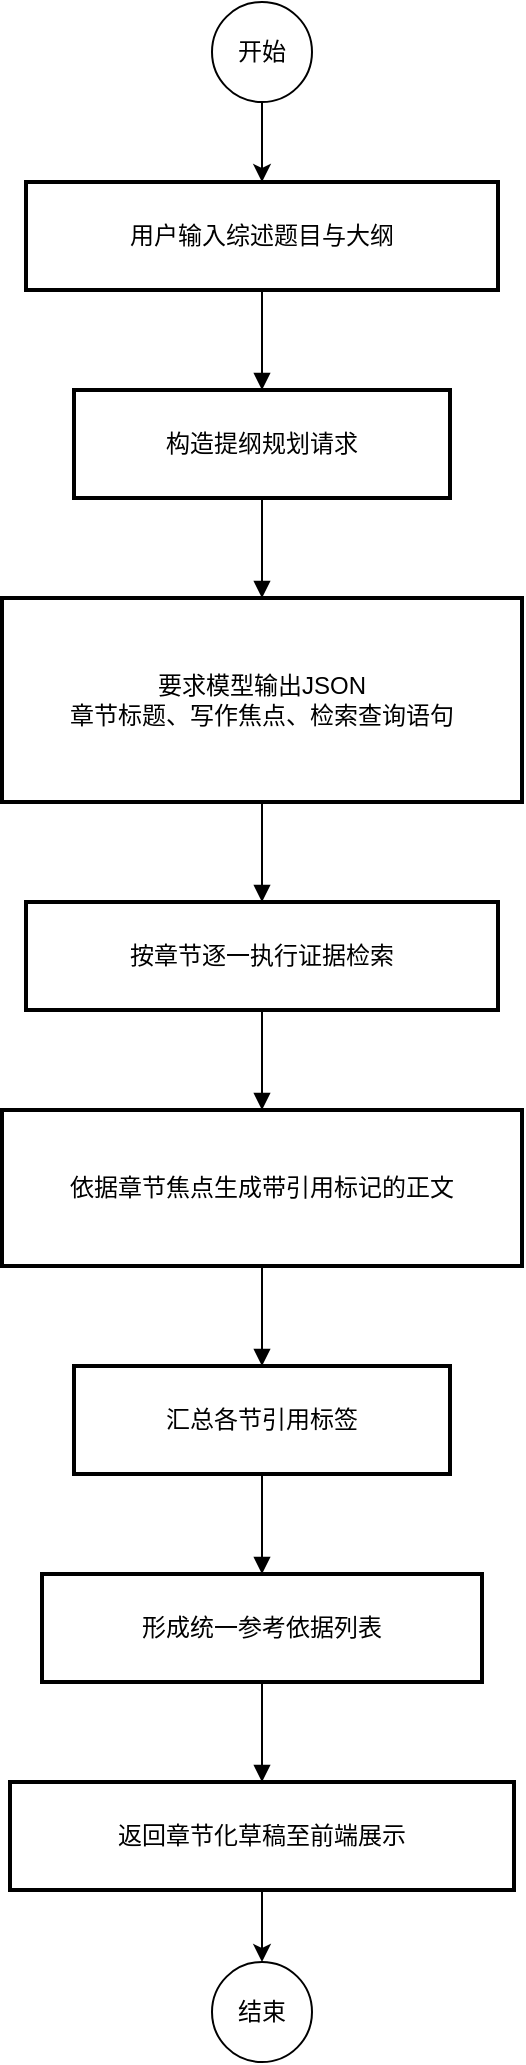
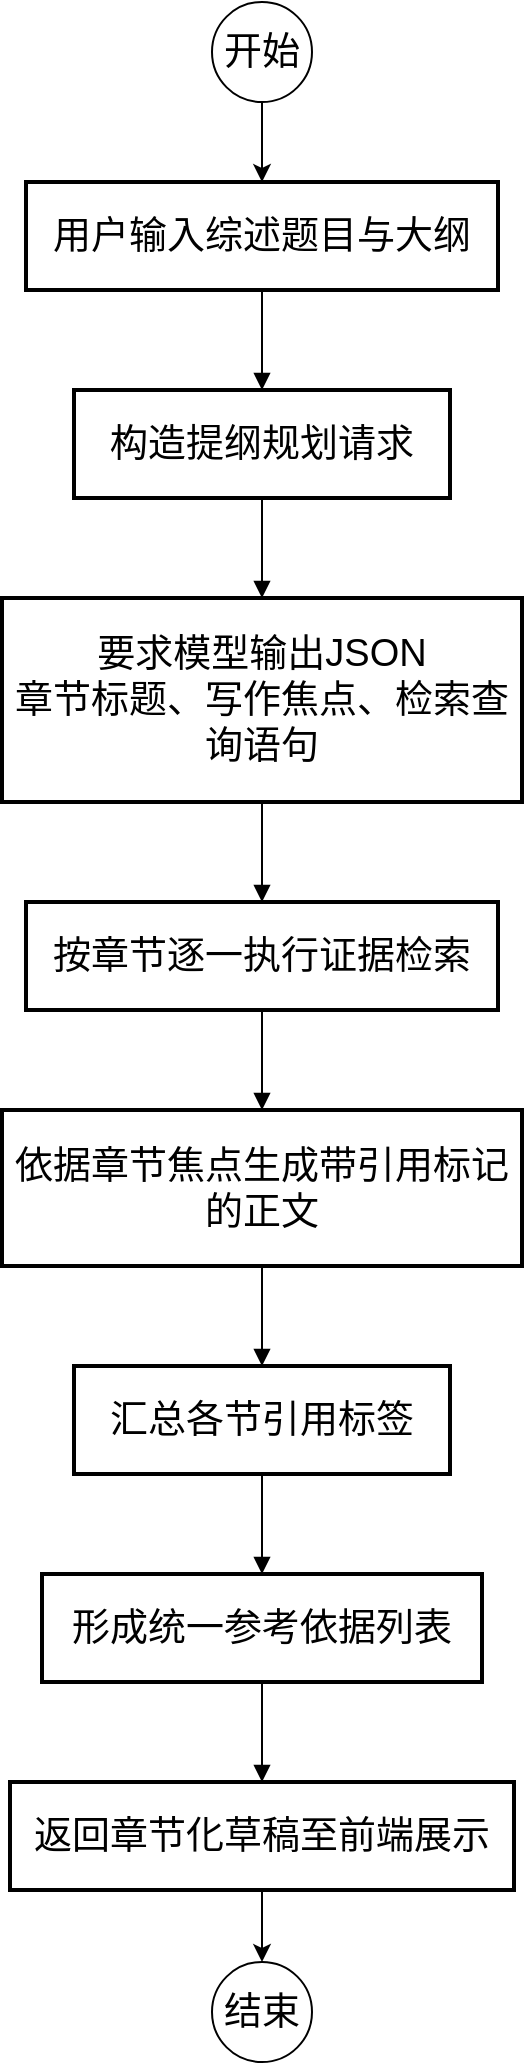
<mxfile host="app.diagrams.net">
  <diagram name="第 1 页" id="Kmn-2_1j6EvLc_S59b3U">
-     <mxGraphModel dx="803" dy="864" grid="1" gridSize="10" guides="1" tooltips="1" connect="1" arrows="1" fold="1" page="0" pageScale="1" pageWidth="827" pageHeight="1169" math="0" shadow="0">
+     <mxGraphModel dx="1875" dy="1483" grid="1" gridSize="10" guides="1" tooltips="1" connect="1" arrows="1" fold="1" page="0" pageScale="1" pageWidth="827" pageHeight="1169" math="0" shadow="0">
      <root>
        <mxCell id="0" />
        <mxCell id="1" parent="0" />
-         <mxCell id="5-UZS_PMeDbKja0022Ew-1" parent="1" style="whiteSpace=wrap;strokeWidth=2;" value="用户输入综述题目与大纲" vertex="1">
+         <mxCell id="5-UZS_PMeDbKja0022Ew-1" parent="1" style="whiteSpace=wrap;strokeWidth=2;fontSize=19;" value="用户输入综述题目与大纲" vertex="1">
          <mxGeometry height="54" width="236" x="32" y="20" as="geometry" />
        </mxCell>
-         <mxCell id="5-UZS_PMeDbKja0022Ew-2" parent="1" style="whiteSpace=wrap;strokeWidth=2;" value="构造提纲规划请求" vertex="1">
+         <mxCell id="5-UZS_PMeDbKja0022Ew-2" parent="1" style="whiteSpace=wrap;strokeWidth=2;fontSize=19;" value="构造提纲规划请求" vertex="1">
          <mxGeometry height="54" width="188" x="56" y="124" as="geometry" />
        </mxCell>
-         <mxCell id="5-UZS_PMeDbKja0022Ew-3" parent="1" style="whiteSpace=wrap;strokeWidth=2;" value="要求模型输出JSON&#xa;章节标题、写作焦点、检索查询语句" vertex="1">
+         <mxCell id="5-UZS_PMeDbKja0022Ew-3" parent="1" style="whiteSpace=wrap;strokeWidth=2;fontSize=19;" value="要求模型输出JSON&#xa;章节标题、写作焦点、检索查询语句" vertex="1">
          <mxGeometry height="102" width="260" x="20" y="228" as="geometry" />
        </mxCell>
-         <mxCell id="5-UZS_PMeDbKja0022Ew-4" parent="1" style="whiteSpace=wrap;strokeWidth=2;" value="按章节逐一执行证据检索" vertex="1">
+         <mxCell id="5-UZS_PMeDbKja0022Ew-4" parent="1" style="whiteSpace=wrap;strokeWidth=2;fontSize=19;" value="按章节逐一执行证据检索" vertex="1">
          <mxGeometry height="54" width="236" x="32" y="380" as="geometry" />
        </mxCell>
-         <mxCell id="5-UZS_PMeDbKja0022Ew-5" parent="1" style="whiteSpace=wrap;strokeWidth=2;" value="依据章节焦点生成带引用标记的正文" vertex="1">
+         <mxCell id="5-UZS_PMeDbKja0022Ew-5" parent="1" style="whiteSpace=wrap;strokeWidth=2;fontSize=19;" value="依据章节焦点生成带引用标记的正文" vertex="1">
          <mxGeometry height="78" width="260" x="20" y="484" as="geometry" />
        </mxCell>
-         <mxCell id="5-UZS_PMeDbKja0022Ew-6" parent="1" style="whiteSpace=wrap;strokeWidth=2;" value="汇总各节引用标签" vertex="1">
+         <mxCell id="5-UZS_PMeDbKja0022Ew-6" parent="1" style="whiteSpace=wrap;strokeWidth=2;fontSize=19;" value="汇总各节引用标签" vertex="1">
          <mxGeometry height="54" width="188" x="56" y="612" as="geometry" />
        </mxCell>
-         <mxCell id="5-UZS_PMeDbKja0022Ew-7" parent="1" style="whiteSpace=wrap;strokeWidth=2;" value="形成统一参考依据列表" vertex="1">
+         <mxCell id="5-UZS_PMeDbKja0022Ew-7" parent="1" style="whiteSpace=wrap;strokeWidth=2;fontSize=19;" value="形成统一参考依据列表" vertex="1">
          <mxGeometry height="54" width="220" x="40" y="716" as="geometry" />
        </mxCell>
-         <mxCell id="5-UZS_PMeDbKja0022Ew-8" parent="1" style="whiteSpace=wrap;strokeWidth=2;" value="返回章节化草稿至前端展示" vertex="1">
+         <mxCell id="5-UZS_PMeDbKja0022Ew-8" parent="1" style="whiteSpace=wrap;strokeWidth=2;fontSize=19;" value="返回章节化草稿至前端展示" vertex="1">
          <mxGeometry height="54" width="252" x="24" y="820" as="geometry" />
        </mxCell>
-         <mxCell id="5-UZS_PMeDbKja0022Ew-9" edge="1" parent="1" source="5-UZS_PMeDbKja0022Ew-1" style="curved=1;startArrow=none;endArrow=block;exitX=0.5;exitY=1;entryX=0.5;entryY=0;rounded=0;" target="5-UZS_PMeDbKja0022Ew-2" value="">
+         <mxCell id="5-UZS_PMeDbKja0022Ew-9" edge="1" parent="1" source="5-UZS_PMeDbKja0022Ew-1" style="curved=1;startArrow=none;endArrow=block;exitX=0.5;exitY=1;entryX=0.5;entryY=0;rounded=0;fontSize=19;" target="5-UZS_PMeDbKja0022Ew-2" value="">
          <mxGeometry relative="1" as="geometry">
            <Array as="points" />
          </mxGeometry>
        </mxCell>
-         <mxCell id="5-UZS_PMeDbKja0022Ew-10" edge="1" parent="1" source="5-UZS_PMeDbKja0022Ew-2" style="curved=1;startArrow=none;endArrow=block;exitX=0.5;exitY=1;entryX=0.5;entryY=0;rounded=0;" target="5-UZS_PMeDbKja0022Ew-3" value="">
+         <mxCell id="5-UZS_PMeDbKja0022Ew-10" edge="1" parent="1" source="5-UZS_PMeDbKja0022Ew-2" style="curved=1;startArrow=none;endArrow=block;exitX=0.5;exitY=1;entryX=0.5;entryY=0;rounded=0;fontSize=19;" target="5-UZS_PMeDbKja0022Ew-3" value="">
          <mxGeometry relative="1" as="geometry">
            <Array as="points" />
          </mxGeometry>
        </mxCell>
-         <mxCell id="5-UZS_PMeDbKja0022Ew-11" edge="1" parent="1" source="5-UZS_PMeDbKja0022Ew-3" style="curved=1;startArrow=none;endArrow=block;exitX=0.5;exitY=1;entryX=0.5;entryY=0;rounded=0;" target="5-UZS_PMeDbKja0022Ew-4" value="">
+         <mxCell id="5-UZS_PMeDbKja0022Ew-11" edge="1" parent="1" source="5-UZS_PMeDbKja0022Ew-3" style="curved=1;startArrow=none;endArrow=block;exitX=0.5;exitY=1;entryX=0.5;entryY=0;rounded=0;fontSize=19;" target="5-UZS_PMeDbKja0022Ew-4" value="">
          <mxGeometry relative="1" as="geometry">
            <Array as="points" />
          </mxGeometry>
        </mxCell>
-         <mxCell id="5-UZS_PMeDbKja0022Ew-12" edge="1" parent="1" source="5-UZS_PMeDbKja0022Ew-4" style="curved=1;startArrow=none;endArrow=block;exitX=0.5;exitY=1;entryX=0.5;entryY=0;rounded=0;" target="5-UZS_PMeDbKja0022Ew-5" value="">
+         <mxCell id="5-UZS_PMeDbKja0022Ew-12" edge="1" parent="1" source="5-UZS_PMeDbKja0022Ew-4" style="curved=1;startArrow=none;endArrow=block;exitX=0.5;exitY=1;entryX=0.5;entryY=0;rounded=0;fontSize=19;" target="5-UZS_PMeDbKja0022Ew-5" value="">
          <mxGeometry relative="1" as="geometry">
            <Array as="points" />
          </mxGeometry>
        </mxCell>
-         <mxCell id="5-UZS_PMeDbKja0022Ew-13" edge="1" parent="1" source="5-UZS_PMeDbKja0022Ew-5" style="curved=1;startArrow=none;endArrow=block;exitX=0.5;exitY=1;entryX=0.5;entryY=0;rounded=0;" target="5-UZS_PMeDbKja0022Ew-6" value="">
+         <mxCell id="5-UZS_PMeDbKja0022Ew-13" edge="1" parent="1" source="5-UZS_PMeDbKja0022Ew-5" style="curved=1;startArrow=none;endArrow=block;exitX=0.5;exitY=1;entryX=0.5;entryY=0;rounded=0;fontSize=19;" target="5-UZS_PMeDbKja0022Ew-6" value="">
          <mxGeometry relative="1" as="geometry">
            <Array as="points" />
          </mxGeometry>
        </mxCell>
-         <mxCell id="5-UZS_PMeDbKja0022Ew-14" edge="1" parent="1" source="5-UZS_PMeDbKja0022Ew-6" style="curved=1;startArrow=none;endArrow=block;exitX=0.5;exitY=1;entryX=0.5;entryY=0;rounded=0;" target="5-UZS_PMeDbKja0022Ew-7" value="">
+         <mxCell id="5-UZS_PMeDbKja0022Ew-14" edge="1" parent="1" source="5-UZS_PMeDbKja0022Ew-6" style="curved=1;startArrow=none;endArrow=block;exitX=0.5;exitY=1;entryX=0.5;entryY=0;rounded=0;fontSize=19;" target="5-UZS_PMeDbKja0022Ew-7" value="">
          <mxGeometry relative="1" as="geometry">
            <Array as="points" />
          </mxGeometry>
        </mxCell>
-         <mxCell id="5-UZS_PMeDbKja0022Ew-15" edge="1" parent="1" source="5-UZS_PMeDbKja0022Ew-7" style="curved=1;startArrow=none;endArrow=block;exitX=0.5;exitY=1;entryX=0.5;entryY=0;rounded=0;" target="5-UZS_PMeDbKja0022Ew-8" value="">
+         <mxCell id="5-UZS_PMeDbKja0022Ew-15" edge="1" parent="1" source="5-UZS_PMeDbKja0022Ew-7" style="curved=1;startArrow=none;endArrow=block;exitX=0.5;exitY=1;entryX=0.5;entryY=0;rounded=0;fontSize=19;" target="5-UZS_PMeDbKja0022Ew-8" value="">
          <mxGeometry relative="1" as="geometry">
            <Array as="points" />
          </mxGeometry>
        </mxCell>
-         <mxCell id="5-UZS_PMeDbKja0022Ew-16" parent="1" style="ellipse;whiteSpace=wrap;html=1;aspect=fixed;" value="开始" vertex="1">
+         <mxCell id="5-UZS_PMeDbKja0022Ew-16" parent="1" style="ellipse;whiteSpace=wrap;html=1;aspect=fixed;fontSize=19;" value="开始" vertex="1">
          <mxGeometry height="50" width="50" x="125" y="-70" as="geometry" />
        </mxCell>
-         <mxCell id="5-UZS_PMeDbKja0022Ew-17" edge="1" parent="1" style="endArrow=classic;html=1;rounded=0;entryX=0.5;entryY=0;entryDx=0;entryDy=0;" target="5-UZS_PMeDbKja0022Ew-1" value="">
+         <mxCell id="5-UZS_PMeDbKja0022Ew-17" edge="1" parent="1" style="endArrow=classic;html=1;rounded=0;entryX=0.5;entryY=0;entryDx=0;entryDy=0;fontSize=19;" target="5-UZS_PMeDbKja0022Ew-1" value="">
          <mxGeometry height="50" relative="1" width="50" as="geometry">
            <mxPoint x="150" y="-20" as="sourcePoint" />
            <mxPoint x="200" y="-70" as="targetPoint" />
          </mxGeometry>
        </mxCell>
-         <mxCell id="5-UZS_PMeDbKja0022Ew-18" parent="1" style="ellipse;whiteSpace=wrap;html=1;aspect=fixed;" value="结束" vertex="1">
+         <mxCell id="5-UZS_PMeDbKja0022Ew-18" parent="1" style="ellipse;whiteSpace=wrap;html=1;aspect=fixed;fontSize=19;" value="结束" vertex="1">
          <mxGeometry height="50" width="50" x="125" y="910" as="geometry" />
        </mxCell>
-         <mxCell id="5-UZS_PMeDbKja0022Ew-19" edge="1" parent="1" style="endArrow=classic;html=1;rounded=0;entryX=0.5;entryY=0;entryDx=0;entryDy=0;" target="5-UZS_PMeDbKja0022Ew-18" value="">
+         <mxCell id="5-UZS_PMeDbKja0022Ew-19" edge="1" parent="1" style="endArrow=classic;html=1;rounded=0;entryX=0.5;entryY=0;entryDx=0;entryDy=0;fontSize=19;" target="5-UZS_PMeDbKja0022Ew-18" value="">
          <mxGeometry height="50" relative="1" width="50" as="geometry">
            <mxPoint x="150" y="874" as="sourcePoint" />
            <mxPoint x="200" y="824" as="targetPoint" />
          </mxGeometry>
        </mxCell>
      </root>
    </mxGraphModel>
  </diagram>
</mxfile>
